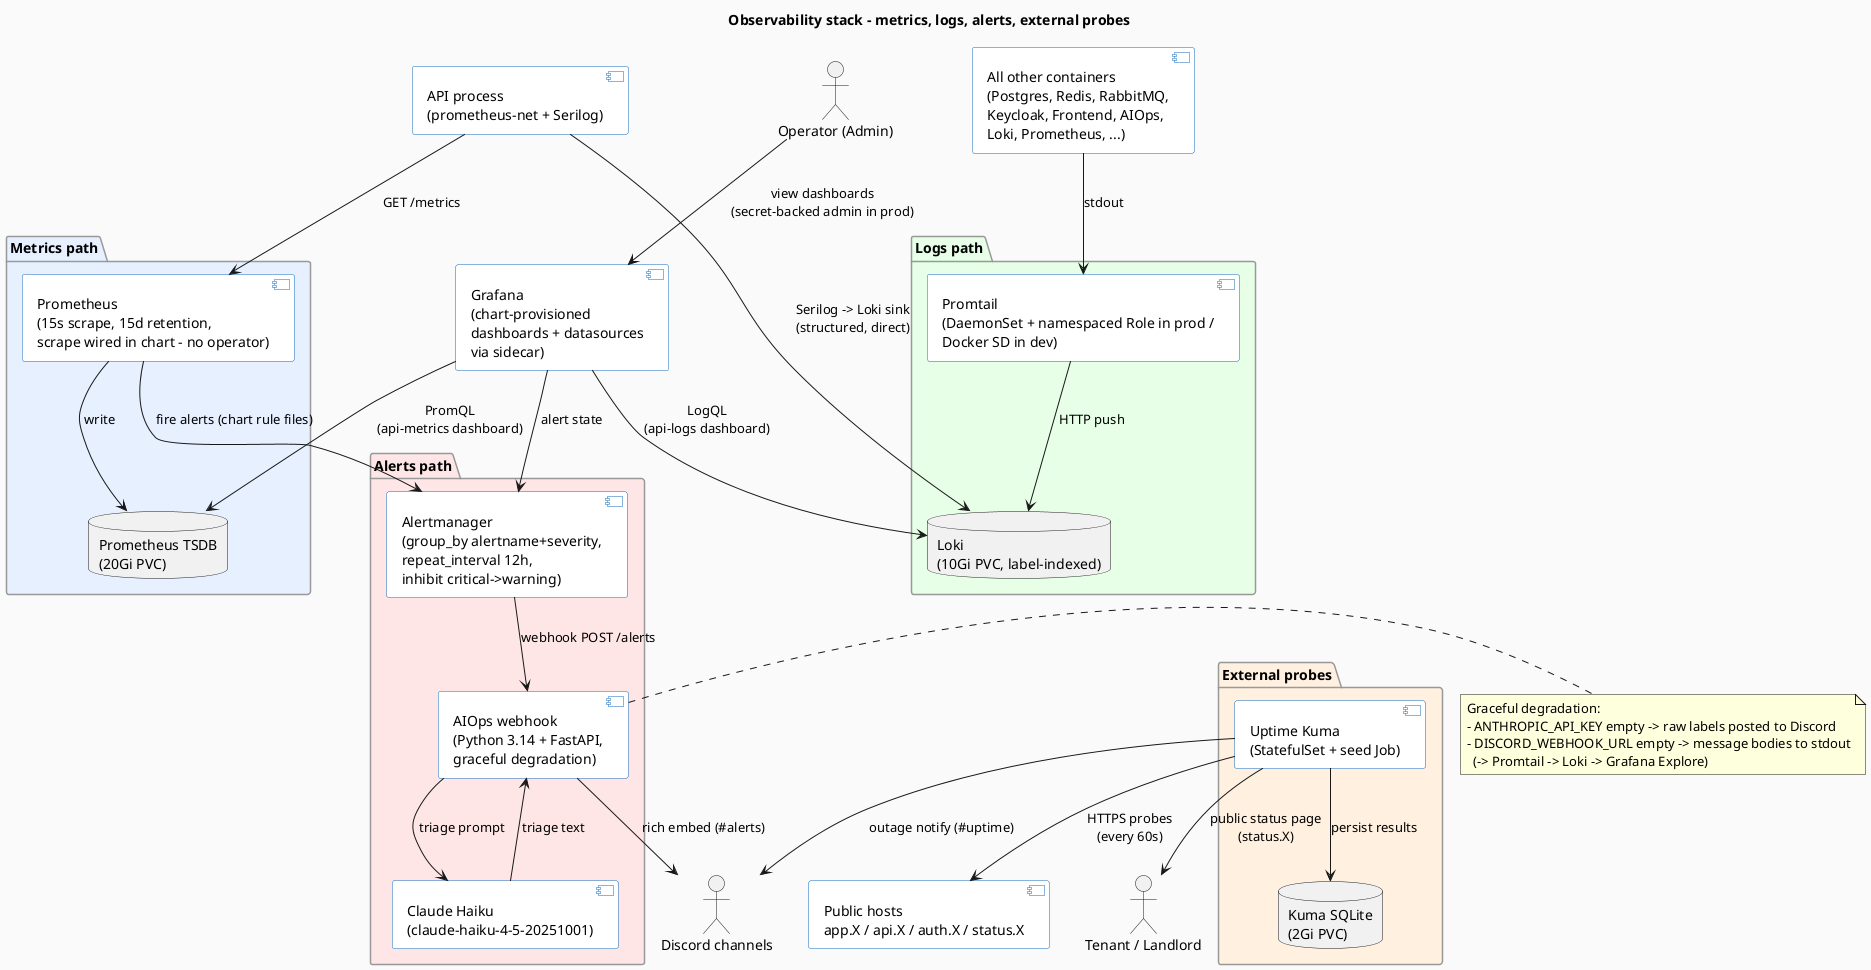
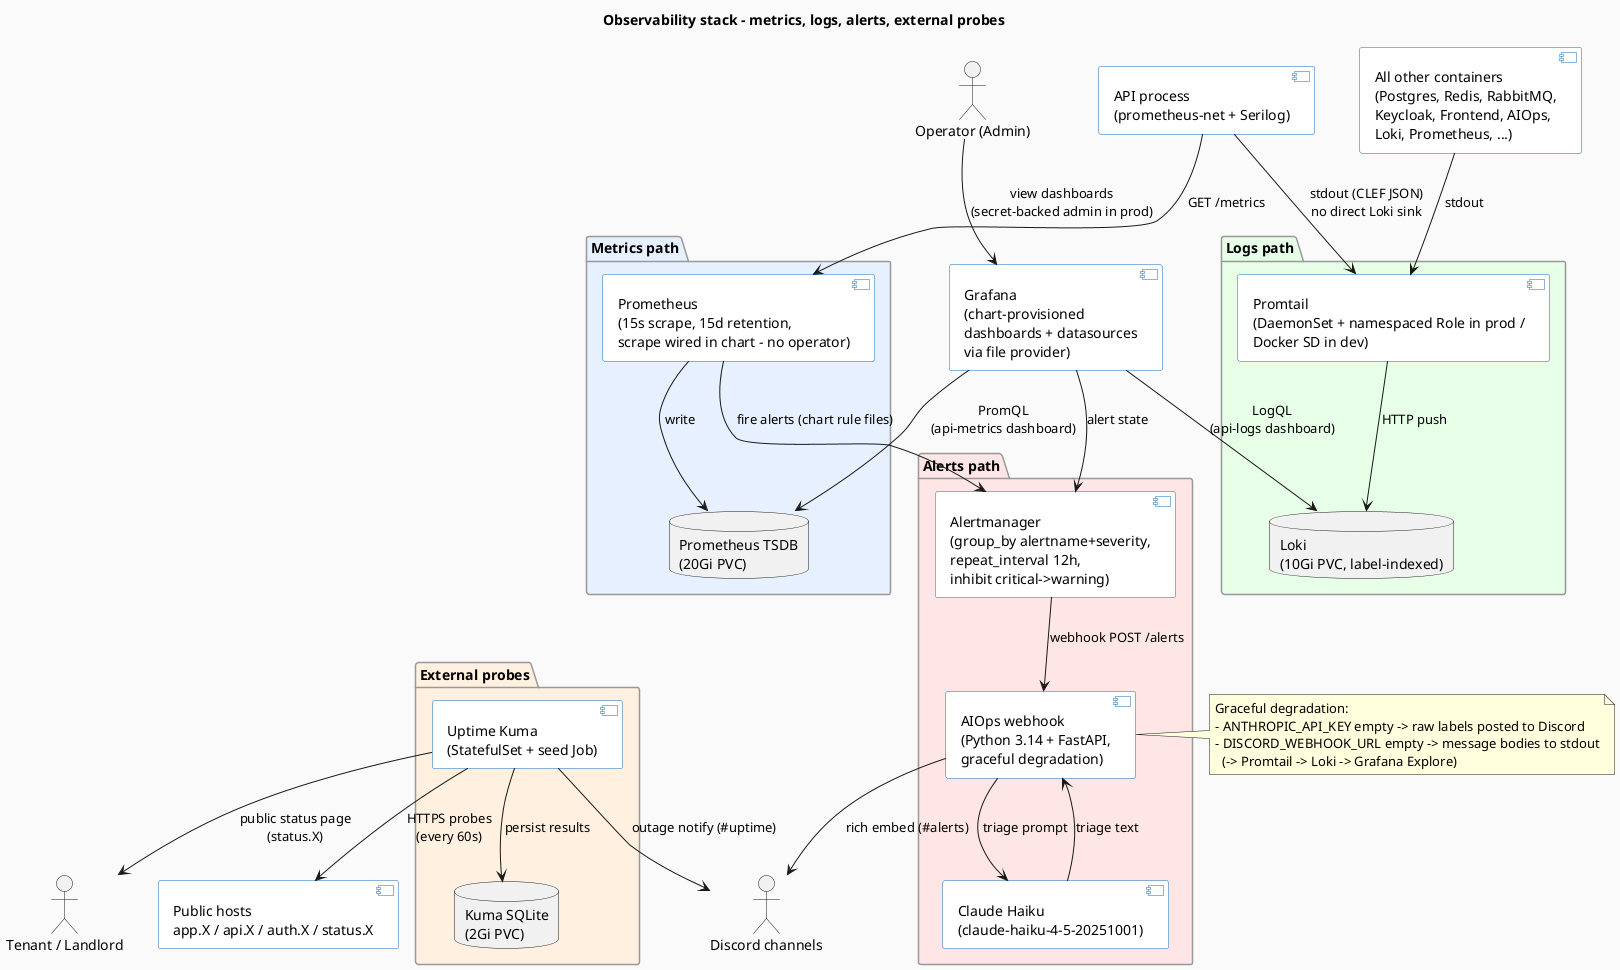
@startuml
title Observability stack - metrics, logs, alerts, external probes

skinparam BackgroundColor #FAFAFA
skinparam componentBackgroundColor #FFFFFF
skinparam componentBorderColor #1168bd
skinparam packageBorderColor #999
skinparam packageBackgroundColor transparent

actor "Operator (Admin)"    as op
actor "Discord channels"    as discord
actor "Tenant / Landlord"   as user
component "API process\n(prometheus-net + Serilog)" as api
component "All other containers\n(Postgres, Redis, RabbitMQ,\nKeycloak, Frontend, AIOps,\nLoki, Prometheus, ...)" as others
component "Public hosts\napp.X / api.X / auth.X / status.X" as public

package "Metrics path" #E6F0FF {
    component "Prometheus\n(15s scrape, 15d retention,\nscrape wired in chart - no operator)" as prom
    database  "Prometheus TSDB\n(20Gi PVC)" as tsdb
}

package "Logs path" #E6FFE6 {
    component "Promtail\n(DaemonSet + namespaced Role in prod /\nDocker SD in dev)" as promtail
    database  "Loki\n(10Gi PVC, label-indexed)" as loki
}

package "Alerts path" #FFE6E6 {
    component "Alertmanager\n(group_by alertname+severity,\nrepeat_interval 12h,\ninhibit critical->warning)" as am
    component "AIOps webhook\n(Python 3.14 + FastAPI,\ngraceful degradation)" as aiops
    component "Claude Haiku\n(claude-haiku-4-5-20251001)" as claude
}

package "External probes" #FFF0E0 {
    component "Uptime Kuma\n(StatefulSet + seed Job)" as kuma
    database  "Kuma SQLite\n(2Gi PVC)" as kumadb
}

- component "Grafana\n(chart-provisioned\ndashboards + datasources\nvia sidecar)" as grafana
+ component "Grafana\n(chart-provisioned\ndashboards + datasources\nvia file provider)" as grafana

' ====== Metrics path ======
api      --> prom    : GET /metrics
prom     --> tsdb    : write
prom     --> am      : fire alerts (chart rule files)

' ====== Logs path ======
- api      --> loki    : Serilog -> Loki sink\n(structured, direct)
+ api      --> promtail: stdout (CLEF JSON)\nno direct Loki sink
others   --> promtail: stdout
promtail --> loki    : HTTP push

' ====== Alerts path ======
am     --> aiops  : webhook POST /alerts
aiops  --> claude : triage prompt
claude --> aiops  : triage text
aiops  --> discord : rich embed (#alerts)
note right of aiops
  Graceful degradation:
  - ANTHROPIC_API_KEY empty -> raw labels posted to Discord
  - DISCORD_WEBHOOK_URL empty -> message bodies to stdout
    (-> Promtail -> Loki -> Grafana Explore)
end note

' ====== External probes ======
kuma --> public   : HTTPS probes\n(every 60s)
kuma --> kumadb   : persist results
kuma --> discord  : outage notify (#uptime)
kuma --> user     : public status page\n(status.X)

' ====== Grafana consumption ======
grafana --> tsdb : PromQL\n(api-metrics dashboard)
grafana --> loki : LogQL\n(api-logs dashboard)
grafana --> am   : alert state
op      --> grafana : view dashboards\n(secret-backed admin in prod)

@enduml
